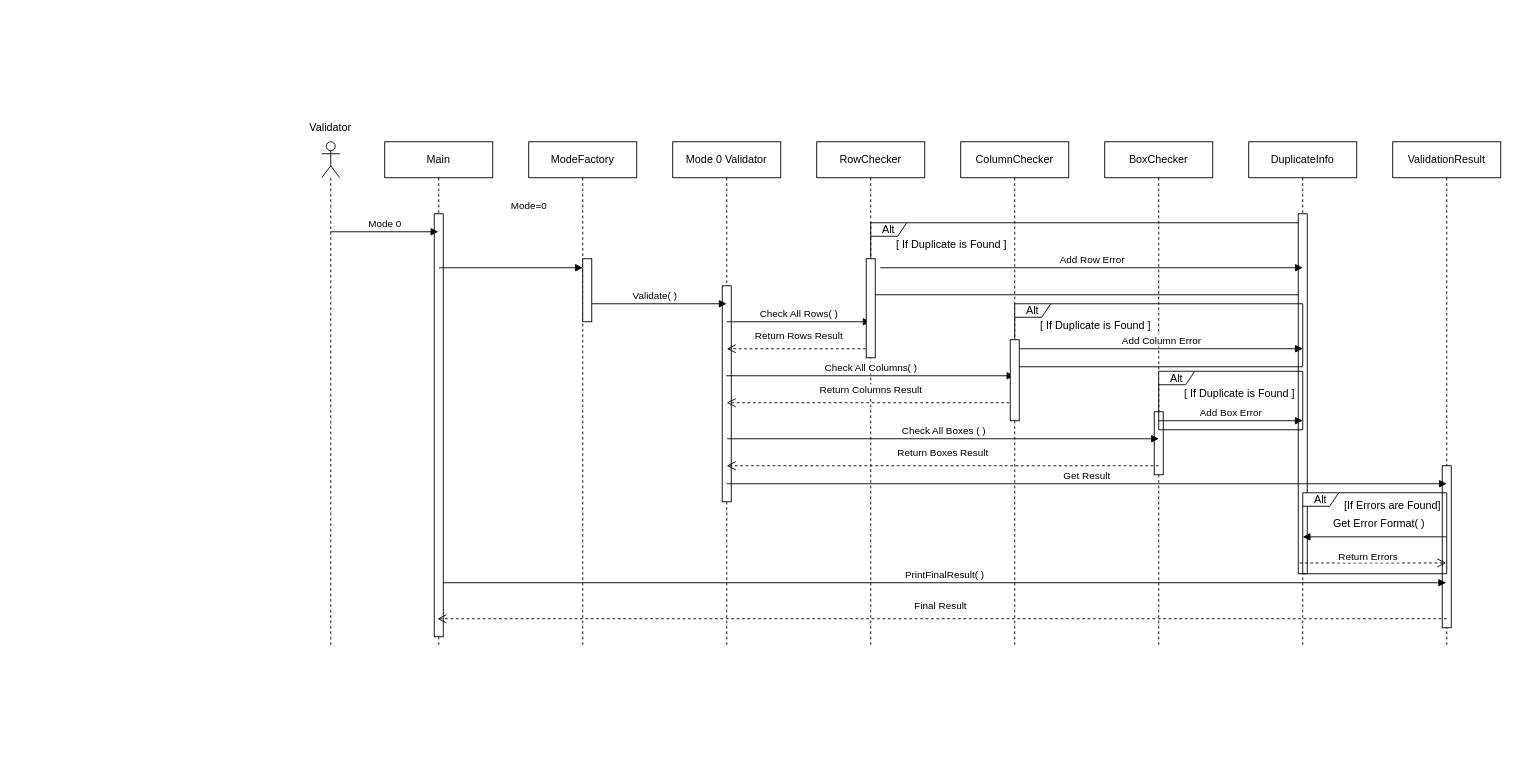
Before: SequenceMode0Diagram.drawio in ghadeer4705/Lab9_Sudoku1, a draw.io diagram. Source tidied: cells renumbered, new cells numbered last; positions are measured from the earlier drawing's top-left corner, leaving out a move shared by most shapes. Both pictures are drawn from the tidied source at 90%, with x=0, y=0 at pixel (303, 42).
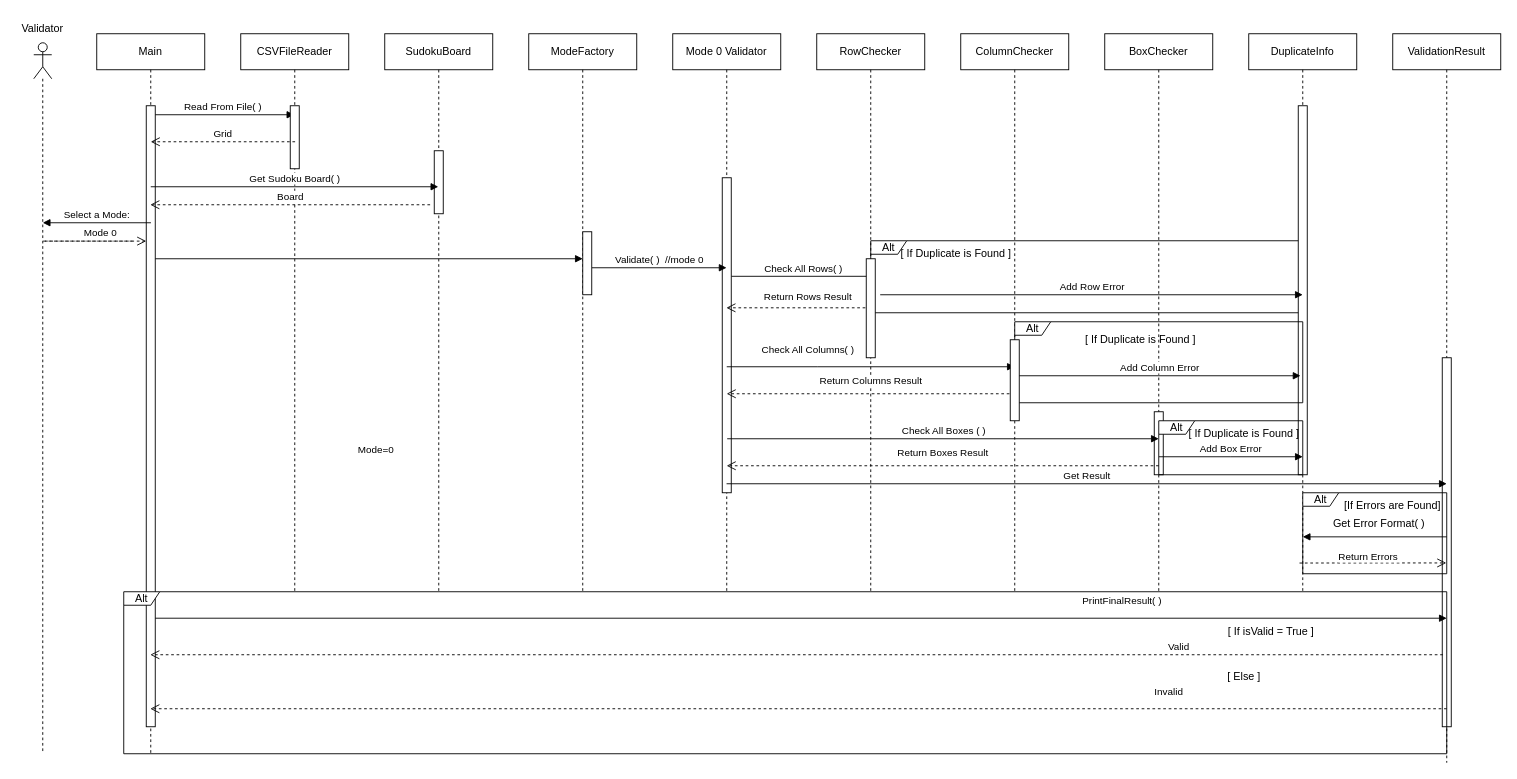
The same diagram, later.

Unchanged cells that the change refers to:
```xml
<mxCell id="47" style="html=1;points=[[0,0,0,0,5],[0,1,0,0,-5],[1,0,0,0,5],[1,1,0,0,-5]];perimeter=orthogonalPerimeter;outlineConnect=0;targetShapes=umlLifeline;portConstraint=eastwest;newEdgeStyle={&quot;curved&quot;:0,&quot;rounded&quot;:0};" parent="1" vertex="1">
  <mxGeometry x="785" y="330" width="10" height="90" as="geometry" />
</mxCell>
```

Diff of the diagram source:
```diff
@@
-    <mxCell id="2" value="Main" style="shape=umlLifeline;perimeter=lifelinePerimeter;whiteSpace=wrap;html=1;outlineConnect=0;portConstraint=eastwest;newEdgeStyle={&quot;curved&quot;:0,&quot;rounded&quot;:0};size=40;" parent="1" vertex="1">
-      <mxGeometry x="90" y="110" width="120" height="560" as="geometry" />
+    <mxCell id="2" value="SudokuBoard" style="shape=umlLifeline;perimeter=lifelinePerimeter;whiteSpace=wrap;html=1;outlineConnect=0;portConstraint=eastwest;newEdgeStyle={&quot;curved&quot;:0,&quot;rounded&quot;:0};size=40;" parent="1" vertex="1">
+      <mxGeometry x="90" y="-10" width="120" height="620" as="geometry" />
     </mxCell>
     <mxCell id="3" style="html=1;points=[[0,0,0,0,5],[0,1,0,0,-5],[1,0,0,0,5],[1,1,0,0,-5]];perimeter=orthogonalPerimeter;outlineConnect=0;targetShapes=umlLifeline;portConstraint=eastwest;newEdgeStyle={&quot;curved&quot;:0,&quot;rounded&quot;:0};" parent="2" vertex="1">
-      <mxGeometry x="55" y="80" width="10" height="470" as="geometry" />
+      <mxGeometry x="55" y="130" width="10" height="70" as="geometry" />
     </mxCell>
     <mxCell id="4" value="[ If Duplicate is Found ]" style="text;html=1;whiteSpace=wrap;strokeColor=none;fillColor=none;align=center;verticalAlign=middle;rounded=0;" parent="1" vertex="1">
-      <mxGeometry x="650" y="210" width="140" height="30" as="geometry" />
+      <mxGeometry x="655" y="220" width="140" height="30" as="geometry" />
     </mxCell>
     <mxCell id="5" value="Alt" style="shape=umlFrame;whiteSpace=wrap;html=1;width=40;height=15;" parent="1" vertex="1">
-      <mxGeometry x="630" y="200" width="480" height="80" as="geometry" />
+      <mxGeometry x="630" y="220" width="480" height="80" as="geometry" />
     </mxCell>
     <mxCell id="6" style="shape=umlLifeline;perimeter=lifelinePerimeter;whiteSpace=wrap;html=1;newEdgeStyle={&quot;curved&quot;:0,&quot;rounded&quot;:0};participant=umlActor;" parent="1" vertex="1">
-      <mxGeometry x="20" y="110" width="20" height="560" as="geometry" />
+      <mxGeometry x="-300" width="20" height="790" as="geometry" />
     </mxCell>
     <mxCell id="7" value="ModeFactory" style="shape=umlLifeline;perimeter=lifelinePerimeter;whiteSpace=wrap;html=1;newEdgeStyle={&quot;curved&quot;:0,&quot;rounded&quot;:0};size=40;" parent="1" vertex="1">
-      <mxGeometry x="250" y="110" width="120" height="560" as="geometry" />
+      <mxGeometry x="250" y="-10" width="120" height="620" as="geometry" />
     </mxCell>
     <mxCell id="8" value="Mode 0 Validator" style="shape=umlLifeline;perimeter=lifelinePerimeter;whiteSpace=wrap;html=1;outlineConnect=0;portConstraint=eastwest;newEdgeStyle={&quot;curved&quot;:0,&quot;rounded&quot;:0};size=40;" parent="1" vertex="1">
-      <mxGeometry x="410" y="110" width="120" height="560" as="geometry" />
+      <mxGeometry x="410" y="-10" width="120" height="620" as="geometry" />
     </mxCell>
     <mxCell id="9" style="html=1;perimeter=orthogonalPerimeter;targetShapes=umlLifeline;newEdgeStyle={&quot;curved&quot;:0,&quot;rounded&quot;:0};" parent="8" vertex="1">
-      <mxGeometry x="55" y="160" width="10" height="240" as="geometry" />
+      <mxGeometry x="55" y="160" width="10" height="350" as="geometry" />
     </mxCell>
     <mxCell id="10" value="RowChecker" style="shape=umlLifeline;perimeter=lifelinePerimeter;whiteSpace=wrap;html=1;newEdgeStyle={&quot;curved&quot;:0,&quot;rounded&quot;:0};size=40;" parent="1" vertex="1">
-      <mxGeometry x="570" y="110" width="120" height="560" as="geometry" />
+      <mxGeometry x="570" y="-10" width="120" height="620" as="geometry" />
     </mxCell>
     <mxCell id="11" value="ColumnChecker" style="shape=umlLifeline;perimeter=lifelinePerimeter;whiteSpace=wrap;html=1;outlineConnect=0;portConstraint=eastwest;newEdgeStyle={&quot;curved&quot;:0,&quot;rounded&quot;:0};size=40;" parent="1" vertex="1">
-      <mxGeometry x="730" y="110" width="120" height="560" as="geometry" />
+      <mxGeometry x="730" y="-10" width="120" height="620" as="geometry" />
     </mxCell>
     <mxCell id="12" value="BoxChecker" style="shape=umlLifeline;perimeter=lifelinePerimeter;whiteSpace=wrap;html=1;newEdgeStyle={&quot;curved&quot;:0,&quot;rounded&quot;:0};size=40;" parent="1" vertex="1">
-      <mxGeometry x="890" y="110" width="120" height="560" as="geometry" />
+      <mxGeometry x="890" y="-10" width="120" height="620" as="geometry" />
     </mxCell>
     <mxCell id="13" style="html=1;perimeter=orthogonalPerimeter;targetShapes=umlLifeline;newEdgeStyle={&quot;curved&quot;:0,&quot;rounded&quot;:0};" parent="12" vertex="1">
-      <mxGeometry x="55" y="300" width="10" height="70" as="geometry" />
+      <mxGeometry x="55" y="420" width="10" height="70" as="geometry" />
     </mxCell>
     <mxCell id="14" value="DuplicateInfo" style="shape=umlLifeline;perimeter=lifelinePerimeter;whiteSpace=wrap;html=1;newEdgeStyle={&quot;curved&quot;:0,&quot;rounded&quot;:0};size=40;" parent="1" vertex="1">
-      <mxGeometry x="1050" y="110" width="120" height="560" as="geometry" />
+      <mxGeometry x="1050" y="-10" width="120" height="620" as="geometry" />
     </mxCell>
     <mxCell id="15" style="html=1;perimeter=orthogonalPerimeter;targetShapes=umlLifeline;newEdgeStyle={&quot;curved&quot;:0,&quot;rounded&quot;:0};" parent="14" vertex="1">
-      <mxGeometry x="55" y="80" width="10" height="400" as="geometry" />
+      <mxGeometry x="55" y="80" width="10" height="410" as="geometry" />
     </mxCell>
     <mxCell id="16" value="ValidationResult" style="shape=umlLifeline;perimeter=lifelinePerimeter;whiteSpace=wrap;html=1;outlineConnect=0;portConstraint=eastwest;newEdgeStyle={&quot;curved&quot;:0,&quot;rounded&quot;:0};size=40;" parent="1" vertex="1">
-      <mxGeometry x="1210" y="110" width="120" height="560" as="geometry" />
+      <mxGeometry x="1210" y="-10" width="120" height="810" as="geometry" />
     </mxCell>
     <mxCell id="17" style="html=1;perimeter=orthogonalPerimeter;targetShapes=umlLifeline;newEdgeStyle={&quot;curved&quot;:0,&quot;rounded&quot;:0};" parent="16" vertex="1">
-      <mxGeometry x="55" y="360" width="10" height="180" as="geometry" />
+      <mxGeometry x="55" y="360" width="10" height="410" as="geometry" />
     </mxCell>
     <mxCell id="18" value="Validator" style="text;html=1;whiteSpace=wrap;strokeColor=none;fillColor=none;align=center;verticalAlign=middle;rounded=0;" parent="1" vertex="1">
-      <mxGeometry y="80" width="60" height="30" as="geometry" />
+      <mxGeometry x="-320" y="-30.3" width="60" height="30" as="geometry" />
     </mxCell>
-    <mxCell id="19" value="Mode 0" style="html=1;verticalAlign=bottom;endArrow=block;curved=0;rounded=0;" parent="1" edge="1">
+    <mxCell id="19" value="Read From File( )" style="html=1;verticalAlign=bottom;endArrow=block;curved=0;rounded=0;" parent="1" edge="1" target="50">
       <mxGeometry relative="1" as="geometry">
-        <mxPoint x="29.7" y="210" as="sourcePoint" />
-        <mxPoint x="149.5" y="210" as="targetPoint" />
+        <mxPoint x="-170" y="80" as="sourcePoint" />
       </mxGeometry>
     </mxCell>
     <mxCell id="20" value="Mode=0" style="html=1;verticalAlign=bottom;endArrow=block;curved=0;rounded=0;" parent="1" edge="1" source="32">
-      <mxGeometry x="1" y="60" relative="1" as="geometry">
+      <mxGeometry x="1" y="-231" relative="1" as="geometry">
         <mxPoint x="310" y="250" as="targetPoint" />
-        <mxPoint x="-60" y="-60" as="offset" />
+        <mxPoint x="-230" y="211" as="offset" />
       </mxGeometry>
     </mxCell>
-    <mxCell id="21" value="PrintFinalResult( )" style="html=1;verticalAlign=bottom;endArrow=block;curved=0;rounded=0;" parent="1" edge="1" source="3">
-      <mxGeometry relative="1" as="geometry">
-        <mxPoint x="1269.3" y="600" as="targetPoint" />
+    <mxCell id="21" value="PrintFinalResult( )" style="html=1;verticalAlign=bottom;endArrow=block;curved=0;rounded=0;" parent="1" edge="1">
+      <mxGeometry x="0.5" y="10" relative="1" as="geometry">
+        <mxPoint x="-170.6" y="639.4" as="sourcePoint" />
+        <mxPoint x="1270" y="639.4" as="targetPoint" />
       </mxGeometry>
     </mxCell>
-    <mxCell id="22" value="Validate( )" style="html=1;verticalAlign=bottom;endArrow=block;curved=0;rounded=0;" parent="1" edge="1">
+    <mxCell id="22" value="Validate( )&amp;nbsp; //mode 0" style="html=1;verticalAlign=bottom;endArrow=block;curved=0;rounded=0;" parent="1" edge="1" source="32">
       <mxGeometry relative="1" as="geometry">
-        <mxPoint x="310" y="290" as="sourcePoint" />
-        <mxPoint x="469.8" y="290" as="targetPoint" />
+        <mxPoint x="469.8" y="250" as="targetPoint" />
       </mxGeometry>
     </mxCell>
-    <mxCell id="23" value="Final Result&amp;nbsp;" style="html=1;verticalAlign=bottom;endArrow=open;dashed=1;endSize=8;curved=0;rounded=0;" parent="1" edge="1">
-      <mxGeometry y="-5" relative="1" as="geometry">
-        <mxPoint x="1270" y="640" as="sourcePoint" />
-        <mxPoint x="148.5" y="640" as="targetPoint" />
-        <Array as="points">
-          <mxPoint x="1170.5" y="640" />
-        </Array>
-      </mxGeometry>
-    </mxCell>
     <mxCell id="24" value="Check All Rows( )" style="html=1;verticalAlign=bottom;endArrow=block;curved=0;rounded=0;" parent="1" edge="1">
       <mxGeometry relative="1" as="geometry">
-        <mxPoint x="470" y="310" as="sourcePoint" />
-        <mxPoint x="629.8" y="310" as="targetPoint" />
+        <mxPoint x="475.2" y="259.5" as="sourcePoint" />
+        <mxPoint x="635" y="259.5" as="targetPoint" />
       </mxGeometry>
     </mxCell>
-    <mxCell id="25" value="Check All Columns( )" style="html=1;verticalAlign=bottom;endArrow=block;curved=0;rounded=0;" parent="1" edge="1" source="8" target="11">
-      <mxGeometry relative="1" as="geometry">
+    <mxCell id="25" value="Check All Columns( )" style="html=1;verticalAlign=bottom;endArrow=block;curved=0;rounded=0;" parent="1" edge="1">
+      <mxGeometry x="-0.44" y="10" relative="1" as="geometry">
+        <mxPoint x="470" y="360" as="sourcePoint" />
+        <mxPoint x="790" y="360" as="targetPoint" />
         <Array as="points">
-          <mxPoint x="570" y="370" />
+          <mxPoint x="570.5" y="360" />
         </Array>
       </mxGeometry>
     </mxCell>
@@
     <mxCell id="27" value="Return Rows Result" style="html=1;verticalAlign=bottom;endArrow=open;dashed=1;endSize=8;curved=0;rounded=0;" parent="1" edge="1">
-      <mxGeometry y="-5" relative="1" as="geometry">
-        <mxPoint x="630.4" y="340" as="sourcePoint" />
-        <mxPoint x="470" y="340" as="targetPoint" />
+      <mxGeometry x="-0.13" y="-4" relative="1" as="geometry">
+        <mxPoint x="630" y="294.5" as="sourcePoint" />
+        <mxPoint x="469.6" y="294.5" as="targetPoint" />
         <Array as="points">
-          <mxPoint x="530.9" y="340" />
+          <mxPoint x="530.5" y="294.5" />
         </Array>
       </mxGeometry>
     </mxCell>
     <mxCell id="28" value="Return Columns Result" style="html=1;verticalAlign=bottom;endArrow=open;dashed=1;endSize=8;curved=0;rounded=0;" parent="1" edge="1">
       <mxGeometry y="-5" relative="1" as="geometry">
-        <mxPoint x="790.1" y="400" as="sourcePoint" />
-        <mxPoint x="469.9" y="400" as="targetPoint" />
+        <mxPoint x="790.1" y="390" as="sourcePoint" />
+        <mxPoint x="469.9" y="390" as="targetPoint" />
         <Array as="points">
-          <mxPoint x="621.5" y="400" />
+          <mxPoint x="621.5" y="390" />
         </Array>
       </mxGeometry>
     </mxCell>
@@
-    <mxCell id="31" style="html=1;verticalAlign=bottom;endArrow=block;curved=0;rounded=0;" parent="1" edge="1" target="32">
+    <mxCell id="31" style="html=1;verticalAlign=bottom;endArrow=block;curved=0;rounded=0;" parent="1" edge="1">
       <mxGeometry relative="1" as="geometry">
-        <mxPoint x="150.2" y="250" as="sourcePoint" />
+        <mxPoint x="-170.5" y="240" as="sourcePoint" />
+        <mxPoint x="310" y="240" as="targetPoint" />
       </mxGeometry>
     </mxCell>
-    <mxCell id="32" style="html=1;points=[[0,0,0,0,5],[0,1,0,0,-5],[1,0,0,0,5],[1,1,0,0,-5]];perimeter=orthogonalPerimeter;outlineConnect=0;targetShapes=umlLifeline;portConstraint=eastwest;newEdgeStyle={&quot;curved&quot;:0,&quot;rounded&quot;:0};" parent="1" vertex="1">
-      <mxGeometry x="310" y="240" width="10" height="70" as="geometry" />
-    </mxCell>
     <mxCell id="33" value="Alt" style="shape=umlFrame;whiteSpace=wrap;html=1;width=40;height=15;" parent="1" vertex="1">
-      <mxGeometry x="790" y="290" width="320" height="70" as="geometry" />
+      <mxGeometry x="790" y="310" width="320" height="90" as="geometry" />
     </mxCell>
     <mxCell id="34" value="Alt" style="shape=umlFrame;whiteSpace=wrap;html=1;width=40;height=15;" parent="1" vertex="1">
-      <mxGeometry x="950" y="365" width="160" height="65" as="geometry" />
+      <mxGeometry x="950" y="420" width="160" height="60" as="geometry" />
     </mxCell>
@@
     <mxCell id="36" value="Add Row Error" style="html=1;verticalAlign=bottom;endArrow=block;curved=0;rounded=0;" parent="1" edge="1">
       <mxGeometry relative="1" as="geometry">
-        <mxPoint x="640.5" y="250" as="sourcePoint" />
-        <mxPoint x="1110" y="250" as="targetPoint" />
+        <mxPoint x="640.5" y="280" as="sourcePoint" />
+        <mxPoint x="1110" y="280" as="targetPoint" />
       </mxGeometry>
     </mxCell>
-    <mxCell id="37" value="Add Column Error" style="html=1;verticalAlign=bottom;endArrow=block;curved=0;rounded=0;" parent="1" edge="1" source="47">
+    <mxCell id="37" value="Add Column Error" style="html=1;verticalAlign=bottom;endArrow=block;curved=0;rounded=0;" parent="1" edge="1">
       <mxGeometry relative="1" as="geometry">
-        <mxPoint x="1110" y="340" as="targetPoint" />
+        <mxPoint x="792.5" y="370" as="sourcePoint" />
+        <mxPoint x="1107.5" y="370" as="targetPoint" />
       </mxGeometry>
     </mxCell>
     <mxCell id="38" value="Add Box Error" style="html=1;verticalAlign=bottom;endArrow=block;curved=0;rounded=0;" parent="1" edge="1">
       <mxGeometry relative="1" as="geometry">
-        <mxPoint x="950.1" y="420" as="sourcePoint" />
-        <mxPoint x="1109.9" y="420" as="targetPoint" />
+        <mxPoint x="950.2" y="460" as="sourcePoint" />
+        <mxPoint x="1110" y="460" as="targetPoint" />
+        <Array as="points">
+          <mxPoint x="1030.1" y="460" />
+        </Array>
       </mxGeometry>
     </mxCell>
     <mxCell id="39" value="[ If Duplicate is Found ]" style="text;html=1;whiteSpace=wrap;strokeColor=none;fillColor=none;align=center;verticalAlign=middle;rounded=0;" parent="1" vertex="1">
-      <mxGeometry x="810" y="300" width="140" height="30" as="geometry" />
+      <mxGeometry x="860" y="315" width="140" height="30" as="geometry" />
     </mxCell>
     <mxCell id="40" value="[ If Duplicate is Found ]" style="text;html=1;whiteSpace=wrap;strokeColor=none;fillColor=none;align=center;verticalAlign=middle;rounded=0;" parent="1" vertex="1">
-      <mxGeometry x="970" y="375" width="140" height="30" as="geometry" />
+      <mxGeometry x="980" y="420" width="130" height="30" as="geometry" />
     </mxCell>
@@
+    <mxCell id="50" value="CSVFileReader" style="shape=umlLifeline;perimeter=lifelinePerimeter;whiteSpace=wrap;html=1;outlineConnect=0;portConstraint=eastwest;newEdgeStyle={&quot;curved&quot;:0,&quot;rounded&quot;:0};size=40;" parent="1" vertex="1">
+      <mxGeometry x="-70" y="-10" width="120" height="620" as="geometry" />
+    </mxCell>
+    <mxCell id="51" style="html=1;perimeter=orthogonalPerimeter;targetShapes=umlLifeline;newEdgeStyle={&quot;curved&quot;:0,&quot;rounded&quot;:0};" parent="50" vertex="1">
+      <mxGeometry x="55" y="80" width="10" height="70" as="geometry" />
+    </mxCell>
+    <mxCell id="52" value="Main" style="shape=umlLifeline;perimeter=lifelinePerimeter;whiteSpace=wrap;html=1;outlineConnect=0;portConstraint=eastwest;newEdgeStyle={&quot;curved&quot;:0,&quot;rounded&quot;:0};size=40;" parent="1" vertex="1">
+      <mxGeometry x="-230" y="-10" width="120" height="800" as="geometry" />
+    </mxCell>
+    <mxCell id="53" style="html=1;points=[[0,0,0,0,5],[0,1,0,0,-5],[1,0,0,0,5],[1,1,0,0,-5]];perimeter=orthogonalPerimeter;outlineConnect=0;targetShapes=umlLifeline;portConstraint=eastwest;newEdgeStyle={&quot;curved&quot;:0,&quot;rounded&quot;:0};" parent="52" vertex="1">
+      <mxGeometry x="55" y="80" width="10" height="690" as="geometry" />
+    </mxCell>
+    <mxCell id="54" style="html=1;verticalAlign=bottom;endArrow=block;curved=0;rounded=0;" parent="1" edge="1" target="32">
+      <mxGeometry relative="1" as="geometry">
+        <mxPoint x="310" y="250" as="sourcePoint" />
+      </mxGeometry>
+    </mxCell>
+    <mxCell id="32" style="html=1;points=[[0,0,0,0,5],[0,1,0,0,-5],[1,0,0,0,5],[1,1,0,0,-5]];perimeter=orthogonalPerimeter;outlineConnect=0;targetShapes=umlLifeline;portConstraint=eastwest;newEdgeStyle={&quot;curved&quot;:0,&quot;rounded&quot;:0};" parent="1" vertex="1">
+      <mxGeometry x="310" y="210" width="10" height="70" as="geometry" />
+    </mxCell>
+    <mxCell id="55" value="Mode 0" style="html=1;verticalAlign=bottom;endArrow=open;dashed=1;endSize=8;curved=0;rounded=0;" parent="1" edge="1" target="53">
+      <mxGeometry x="0.52" relative="1" as="geometry">
+        <mxPoint x="-190.5" y="220.4" as="sourcePoint" />
+        <Array as="points">
+          <mxPoint x="-290" y="220.4" />
+        </Array>
+      </mxGeometry>
+    </mxCell>
+    <mxCell id="56" value="Select a Mode:" style="html=1;verticalAlign=bottom;endArrow=block;curved=0;rounded=0;" parent="1" edge="1">
+      <mxGeometry relative="1" as="geometry">
+        <mxPoint x="-169.8" y="200" as="sourcePoint" />
+        <mxPoint x="-290" y="200" as="targetPoint" />
+      </mxGeometry>
+    </mxCell>
+    <mxCell id="57" value="Grid" style="html=1;verticalAlign=bottom;endArrow=open;dashed=1;endSize=8;curved=0;rounded=0;" parent="1" edge="1">
+      <mxGeometry relative="1" as="geometry">
+        <mxPoint x="-9.6" y="110" as="sourcePoint" />
+        <mxPoint x="-170" y="110" as="targetPoint" />
+        <Array as="points">
+          <mxPoint x="-109.1" y="110" />
+        </Array>
+      </mxGeometry>
+    </mxCell>
+    <mxCell id="58" value="Get Sudoku Board( )" style="html=1;verticalAlign=bottom;endArrow=block;curved=0;rounded=0;" parent="1" edge="1" target="2">
+      <mxGeometry relative="1" as="geometry">
+        <mxPoint x="-170" y="160" as="sourcePoint" />
+      </mxGeometry>
+    </mxCell>
+    <mxCell id="59" value="Board" style="html=1;verticalAlign=bottom;endArrow=open;dashed=1;endSize=8;curved=0;rounded=0;" parent="1" edge="1" target="52">
+      <mxGeometry relative="1" as="geometry">
+        <mxPoint x="140.4" y="180" as="sourcePoint" />
+        <Array as="points">
+          <mxPoint x="40.9" y="180" />
+        </Array>
+      </mxGeometry>
+    </mxCell>
+    <mxCell id="60" value="Alt" style="shape=umlFrame;whiteSpace=wrap;html=1;width=40;height=15;" parent="1" vertex="1">
+      <mxGeometry x="-200" y="610" width="1470" height="180" as="geometry" />
+    </mxCell>
+    <mxCell id="61" value="[ If isValid = True ]" style="text;html=1;whiteSpace=wrap;strokeColor=none;fillColor=none;align=center;verticalAlign=middle;rounded=0;" parent="1" vertex="1">
+      <mxGeometry x="1010" y="640" width="130" height="30" as="geometry" />
+    </mxCell>
+    <mxCell id="62" value="Valid" style="html=1;verticalAlign=bottom;endArrow=open;dashed=1;endSize=8;curved=0;rounded=0;" parent="1" edge="1" target="52">
+      <mxGeometry x="-0.59" relative="1" as="geometry">
+        <mxPoint x="1265.7" y="680" as="sourcePoint" />
+        <Array as="points">
+          <mxPoint x="1166.2" y="680" />
+        </Array>
+      </mxGeometry>
+    </mxCell>
+    <mxCell id="63" value="Invalid" style="html=1;verticalAlign=bottom;endArrow=open;dashed=1;endSize=8;curved=0;rounded=0;" parent="1" edge="1" target="52">
+      <mxGeometry x="-0.57" y="-10" relative="1" as="geometry">
+        <mxPoint x="1270" y="740" as="sourcePoint" />
+        <Array as="points">
+          <mxPoint x="1170.5" y="740" />
+        </Array>
+        <mxPoint x="1" as="offset" />
+      </mxGeometry>
+    </mxCell>
+    <mxCell id="64" value="[ Else ]" style="text;html=1;whiteSpace=wrap;strokeColor=none;fillColor=none;align=center;verticalAlign=middle;rounded=0;" parent="1" vertex="1">
+      <mxGeometry x="980" y="690" width="130" height="30" as="geometry" />
+    </mxCell>
```
